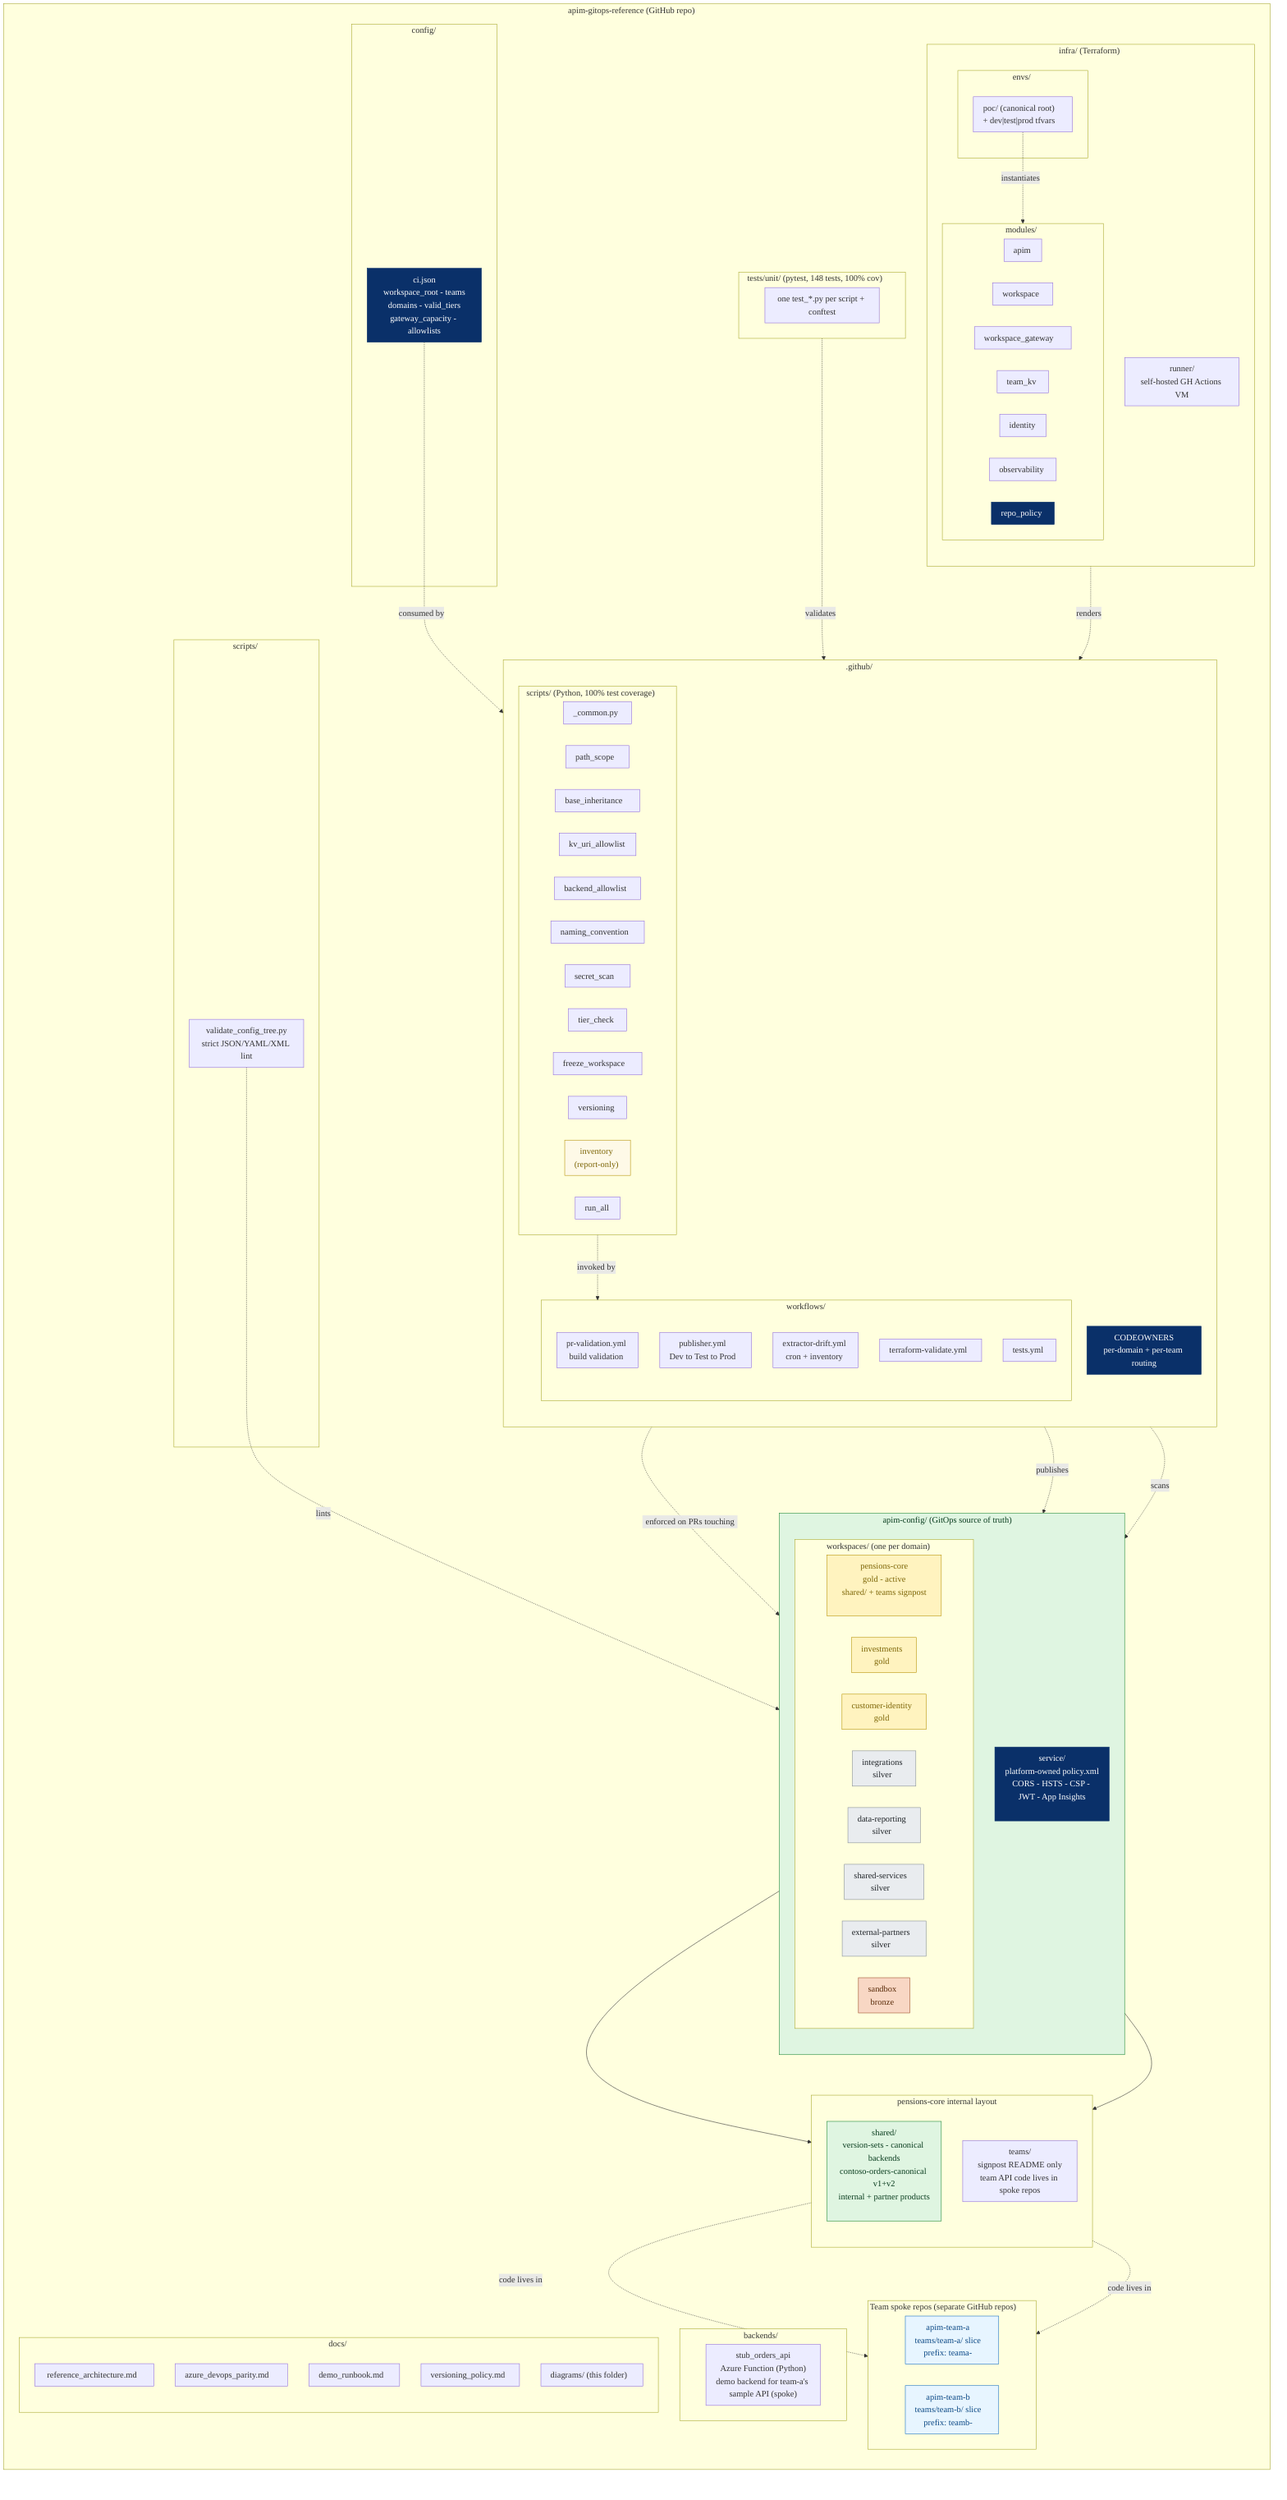
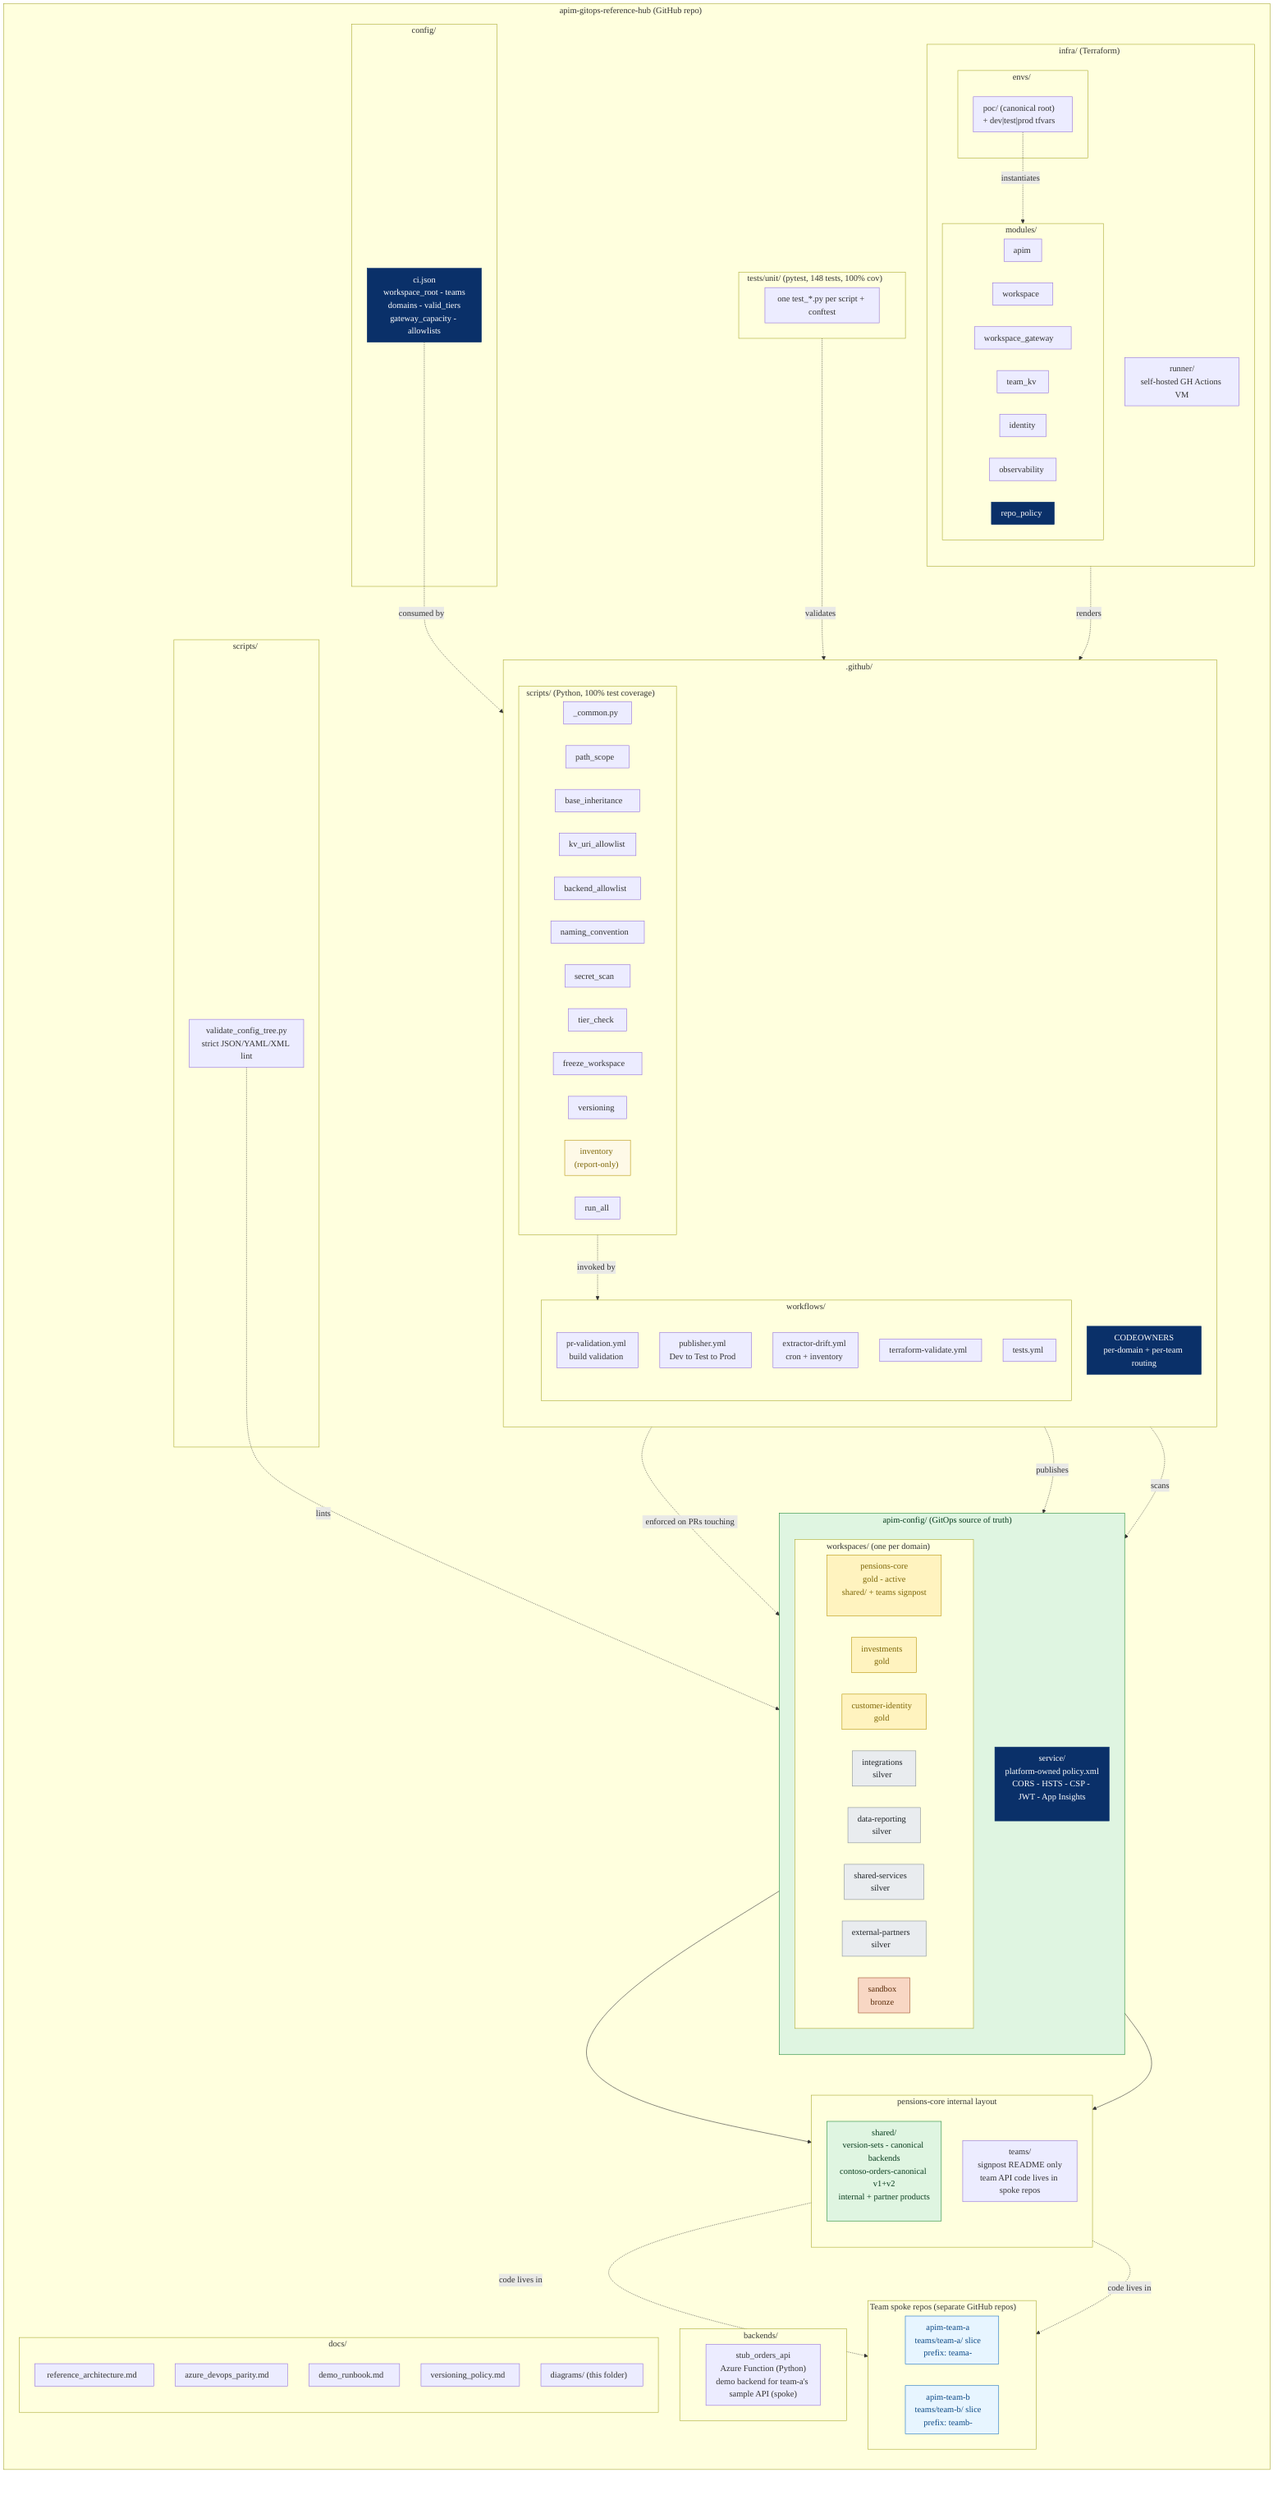
---
config:
  flowchart:
    htmlLabels: true
    nodeSpacing: 45
    rankSpacing: 60
    padding: 10
  themeVariables:
    fontSize: 18px
    fontFamily: Segoe UI, Arial, sans-serif
---
%% Repo topology - every top-level folder and its purpose.
%% Pair with: 02_gitops_pipeline.mmd

flowchart TB
-     subgraph ROOT["apim-gitops-reference (GitHub repo)"]
+     subgraph ROOT["apim-gitops-reference-hub (GitHub repo)"]
        direction TB

        subgraph CFG["apim-config/  (GitOps source of truth)"]
            direction TB
            SVC["service/<br/>platform-owned policy.xml<br/>CORS - HSTS - CSP - JWT - App Insights"]
            subgraph WS["workspaces/  (one per domain)"]
                direction LR
                PC["pensions-core<br/>gold - active<br/>shared/ + teams signpost"]
                INV["investments<br/>gold"]
                CI_["customer-identity<br/>gold"]
                INT["integrations<br/>silver"]
                DR["data-reporting<br/>silver"]
                SS["shared-services<br/>silver"]
                EP["external-partners<br/>silver"]
                SBX["sandbox<br/>bronze"]
            end
        end

        subgraph TEAMS["pensions-core internal layout"]
            direction TB
            SHARED["shared/<br/>version-sets - canonical backends<br/>contoso-orders-canonical v1+v2<br/>internal + partner products"]
            TEAMSDIR["teams/<br/>signpost README only<br/>team API code lives in spoke repos"]
        end
        PC --> SHARED
        PC --> TEAMSDIR

        subgraph SPOKES["Team spoke repos (separate GitHub repos)"]
            direction LR
            SPOKE_A["apim-team-a<br/>teams/team-a/ slice<br/>prefix: teama-"]
            SPOKE_B["apim-team-b<br/>teams/team-b/ slice<br/>prefix: teamb-"]
        end
        TEAMSDIR -. code lives in .-> SPOKE_A
        TEAMSDIR -. code lives in .-> SPOKE_B

        subgraph BACK["backends/"]
            STUB["stub_orders_api<br/>Azure Function (Python)<br/>demo backend for team-a's sample API (spoke)"]
        end

        subgraph INFRA["infra/  (Terraform)"]
            direction TB
            subgraph MODS["modules/"]
                direction LR
                M_APIM["apim"]
                M_WS["workspace"]
                M_GW["workspace_gateway"]
                M_KV["team_kv"]
                M_ID["identity"]
                M_OBS["observability"]
                M_RP["repo_policy"]
            end
            subgraph ENVS["envs/"]
                ENV_POC["poc/ (canonical root)<br/>+ dev|test|prod tfvars"]
            end
            RUNNER["runner/<br/>self-hosted GH Actions VM"]
        end

        subgraph CICFG["config/"]
            CIJSON["ci.json<br/>workspace_root - teams<br/>domains - valid_tiers<br/>gateway_capacity - allowlists"]
        end

        subgraph GHA[".github/"]
            direction TB
            CODEOWN["CODEOWNERS<br/>per-domain + per-team routing"]
            subgraph WF["workflows/"]
                PRV["pr-validation.yml<br/>build validation"]
                PUB["publisher.yml<br/>Dev to Test to Prod"]
                EXT["extractor-drift.yml<br/>cron + inventory"]
                TFV["terraform-validate.yml"]
                TST["tests.yml"]
            end
            subgraph SCR["scripts/  (Python, 100% test coverage)"]
                direction LR
                S_COM["_common.py"]
                S_PS["path_scope"]
                S_BI["base_inheritance"]
                S_KV["kv_uri_allowlist"]
                S_BA["backend_allowlist"]
                S_NM["naming_convention"]
                S_SS["secret_scan"]
                S_TC["tier_check"]
                S_FW["freeze_workspace"]
                S_VER["versioning"]
                S_INV["inventory<br/>(report-only)"]
                S_RUN["run_all"]
            end
        end

        subgraph DOCS["docs/"]
            direction TB
            D_REF["reference_architecture.md"]
            D_PAR["azure_devops_parity.md"]
            D_RUN["demo_runbook.md"]
            D_VER["versioning_policy.md"]
            D_DIA["diagrams/  (this folder)"]
        end

        subgraph TESTS["tests/unit/  (pytest, 148 tests, 100% cov)"]
            T_LIST["one test_*.py per script + conftest"]
        end

        subgraph SCRIPTS["scripts/"]
            VAL["validate_config_tree.py<br/>strict JSON/YAML/XML lint"]
        end
    end

    %% Cross-folder relationships
    CIJSON -. consumed by .-> SCR
    SCR -. invoked by .-> WF
    CODEOWN -. enforced on PRs touching .-> CFG
    M_RP -. renders .-> CODEOWN
    ENV_POC -. instantiates .-> MODS
    PUB -. publishes .-> CFG
    EXT -. scans .-> CFG
    TESTS -. validates .-> SCR
    VAL -. lints .-> CFG

    classDef platform fill:#0a3069,stroke:#0a3069,color:#fff;
    classDef gold fill:#fff3bf,stroke:#b7950b,color:#7d6608;
    classDef silver fill:#e9ecef,stroke:#868e96,color:#212529;
    classDef bronze fill:#f8d7c4,stroke:#a0522d,color:#5b2c0a;
    classDef gitops fill:#dff5e1,stroke:#1f8a3a,color:#0a3d1f;
    classDef report fill:#fef9e7,stroke:#b7950b,color:#7d6608;
    classDef spoke fill:#e7f5ff,stroke:#1971c2,color:#0b4884;

    class SVC,CODEOWN,CIJSON,M_RP platform
    class PC,INV,CI_ gold
    class INT,DR,SS,EP silver
    class SBX bronze
    class S_INV report
    class SPOKE_A,SPOKE_B spoke
    class CFG,SHARED gitops
